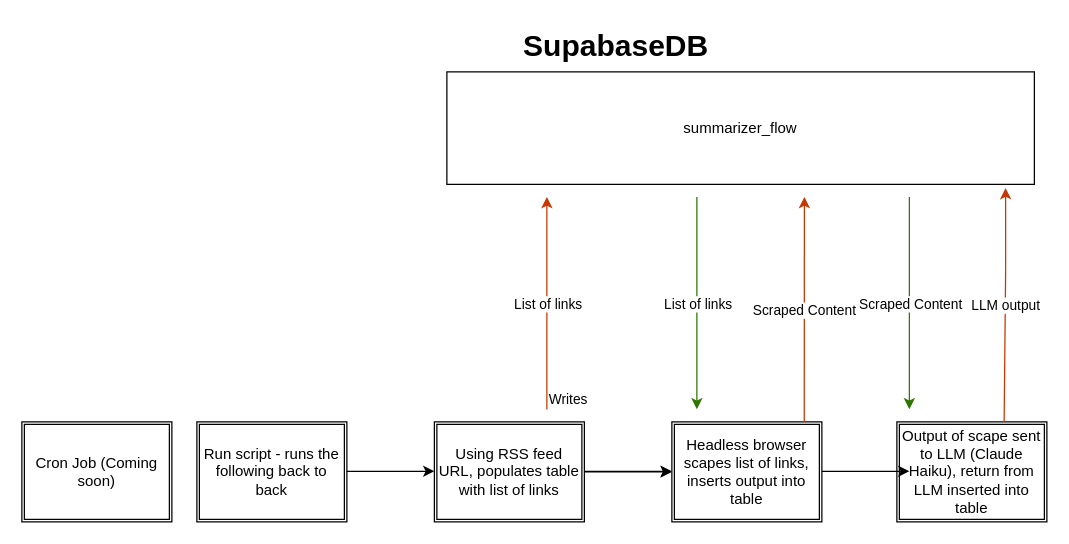
The draw.io diagram Flow.drawio in jfcostello/article-summarizer, before the edit. Source tidied: cells renumbered, new cells numbered last; positions are measured from the earlier drawing's top-left corner, leaving out a move shared by most shapes. Both pictures are drawn from the tidied source at 125%, with x=0, y=0 at pixel (21, 21).
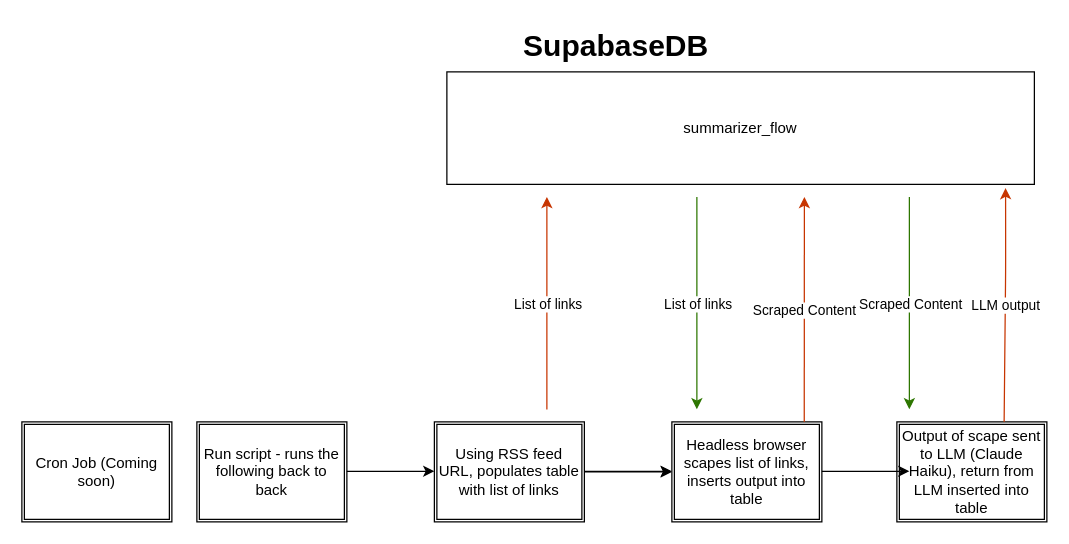
Above is the later version.

The change refers to these unchanged cells:
```xml
<mxCell id="11" style="endArrow=classic;html=1;labelBorderColor=default;fillColor=#fa6800;strokeColor=#C73500;" parent="1" edge="1">
  <mxGeometry relative="1" as="geometry">
    <mxPoint x="420" y="310" as="sourcePoint" />
    <mxPoint x="420" y="140" as="targetPoint" />
  </mxGeometry>
</mxCell>
```

The edit, as a diff of the source:
```diff
@@
-    <mxCell id="13" value="Writes" style="edgeLabel;html=1;align=left;verticalAlign=bottom;" parent="11" vertex="1">
-      <mxGeometry x="-1" relative="1" as="geometry" />
-    </mxCell>
```
